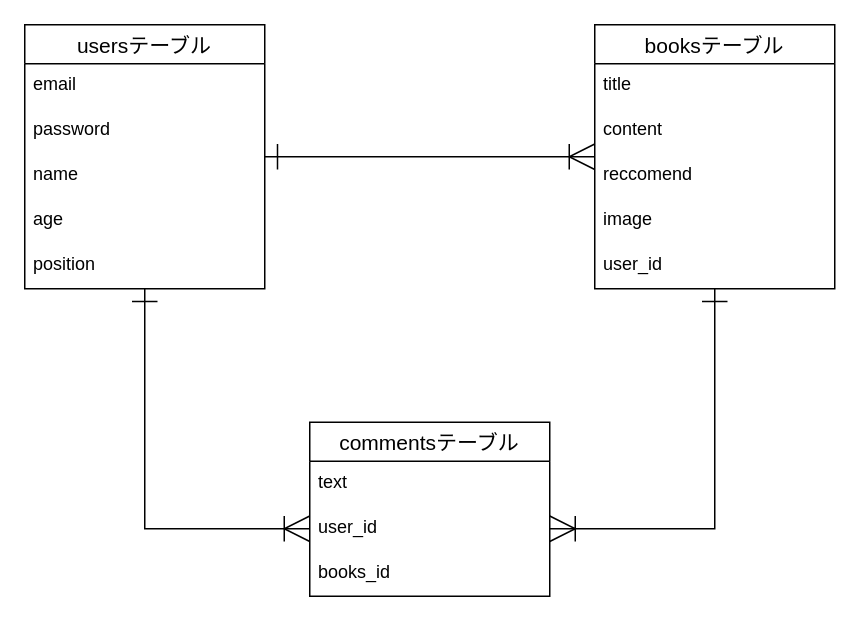
Before: sharebook.dio in MKmacky/sharebook-34761, a draw.io diagram. Source tidied: cells renumbered, new cells numbered last; positions are measured from the earlier drawing's top-left corner, leaving out a move shared by most shapes. Both pictures are drawn from the tidied source at 150%, with x=0, y=0 at pixel (24, 24).
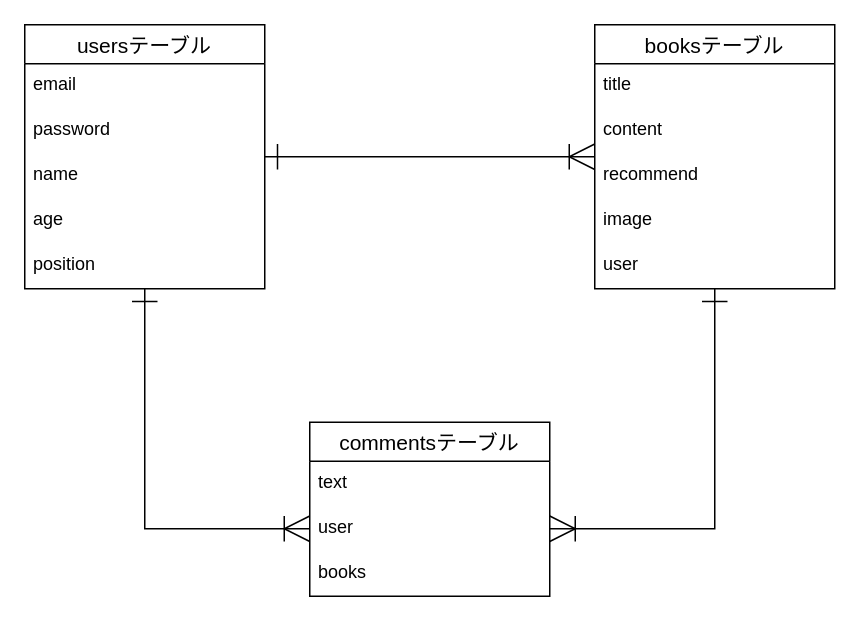
After the change.

The change refers to these unchanged cells:
```xml
<mxCell id="11" value="booksテーブル" style="swimlane;fontStyle=0;horizontal=1;startSize=26;align=center;fontSize=14;" parent="1" vertex="1">
  <mxGeometry x="380" width="160" height="176" as="geometry" />
</mxCell>
<mxCell id="17" value="commentsテーブル" style="swimlane;fontStyle=0;horizontal=1;startSize=26;align=center;fontSize=14;" parent="1" vertex="1">
  <mxGeometry x="190" y="265" width="160" height="116" as="geometry" />
</mxCell>
```

The edit, as a diff of the source:
```diff
@@
-    <mxCell id="14" value="reccomend" style="text;strokeColor=none;fillColor=none;spacingLeft=4;spacingRight=4;overflow=hidden;fontSize=12;" parent="11" vertex="1">
+    <mxCell id="14" value="recommend" style="text;strokeColor=none;fillColor=none;spacingLeft=4;spacingRight=4;overflow=hidden;fontSize=12;" parent="11" vertex="1">
       <mxGeometry y="86" width="160" height="30" as="geometry" />
     </mxCell>
@@
-    <mxCell id="16" value="user_id" style="text;strokeColor=none;fillColor=none;spacingLeft=4;spacingRight=4;overflow=hidden;fontSize=12;" parent="11" vertex="1">
+    <mxCell id="16" value="user" style="text;strokeColor=none;fillColor=none;spacingLeft=4;spacingRight=4;overflow=hidden;fontSize=12;" parent="11" vertex="1">
       <mxGeometry y="146" width="160" height="30" as="geometry" />
     </mxCell>
@@
-    <mxCell id="19" value="user_id" style="text;strokeColor=none;fillColor=none;spacingLeft=4;spacingRight=4;overflow=hidden;points=[[0,0.5],[1,0.5]];portConstraint=eastwest;fontSize=12;" parent="17" vertex="1">
+    <mxCell id="19" value="user" style="text;strokeColor=none;fillColor=none;spacingLeft=4;spacingRight=4;overflow=hidden;points=[[0,0.5],[1,0.5]];portConstraint=eastwest;fontSize=12;" parent="17" vertex="1">
       <mxGeometry y="56" width="160" height="30" as="geometry" />
     </mxCell>
-    <mxCell id="20" value="books_id" style="text;strokeColor=none;fillColor=none;spacingLeft=4;spacingRight=4;overflow=hidden;fontSize=12;" parent="17" vertex="1">
+    <mxCell id="20" value="books" style="text;strokeColor=none;fillColor=none;spacingLeft=4;spacingRight=4;overflow=hidden;fontSize=12;" parent="17" vertex="1">
       <mxGeometry y="86" width="160" height="30" as="geometry" />
     </mxCell>
```
